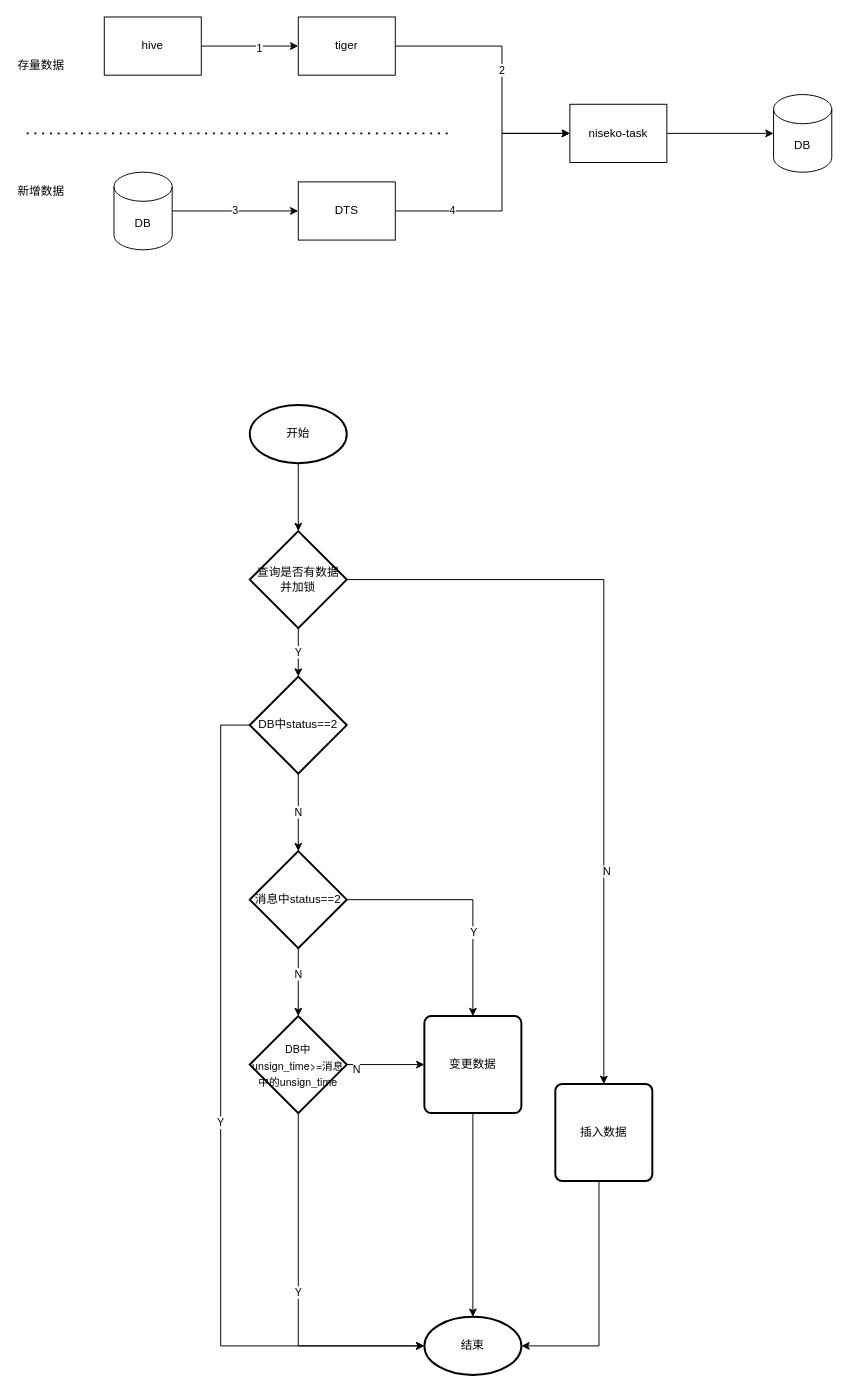
Above: page "数据采集" (4 of 7) of Untitled Diagram.drawio in Kang-Shawn/Kang-Shawn.github.io (draw.io), before the change. Source tidied: cells renumbered, new cells numbered last; positions are measured from the earlier drawing's top-left corner, leaving out a move shared by most shapes. Both pictures are drawn from the tidied source at 97%, with x=0, y=0 at pixel (16, 16).
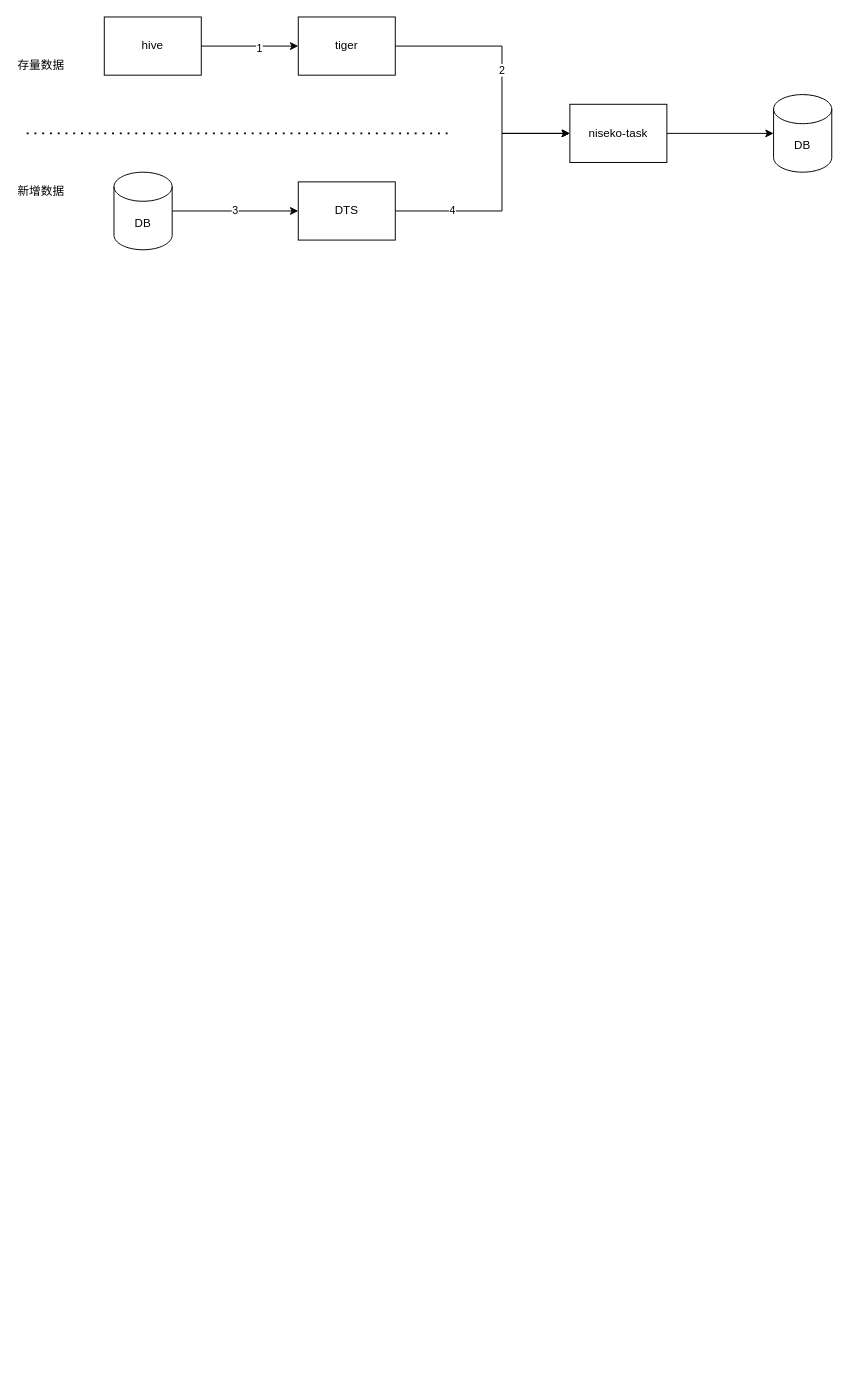
The same diagram, later.

Change to the diagram source:
```diff
@@
-    <mxCell id="18" style="edgeStyle=orthogonalEdgeStyle;rounded=0;jettySize=auto;html=1;entryX=0.5;entryY=0;entryDx=0;entryDy=0;entryPerimeter=0;" parent="1" edge="1" source="19" target="23">
-      <mxGeometry relative="1" as="geometry" />
-    </mxCell>
-    <mxCell id="19" value="开始" style="strokeWidth=2;html=1;shape=mxgraph.flowchart.start_1;whiteSpace=wrap;" parent="1" vertex="1">
-      <mxGeometry x="240" y="400" width="100" height="60" as="geometry" />
-    </mxCell>
-    <mxCell id="20" value="Y" style="edgeStyle=orthogonalEdgeStyle;rounded=0;jettySize=auto;html=1;entryX=0.5;entryY=0;entryDx=0;entryDy=0;entryPerimeter=0;" parent="1" edge="1" source="23" target="29">
-      <mxGeometry relative="1" as="geometry" />
-    </mxCell>
-    <mxCell id="21" style="edgeStyle=orthogonalEdgeStyle;rounded=0;jettySize=auto;html=1;" parent="1" edge="1" source="23" target="25">
-      <mxGeometry relative="1" as="geometry" />
-    </mxCell>
-    <mxCell id="22" value="N" style="edgeLabel;html=1;align=center;verticalAlign=middle;" parent="21" vertex="1">
-      <mxGeometry x="0.44" y="2" relative="1" as="geometry" />
-    </mxCell>
-    <mxCell id="23" value="查询是否有数据&lt;br&gt;并加锁" style="strokeWidth=2;html=1;shape=mxgraph.flowchart.decision;whiteSpace=wrap;" parent="1" vertex="1">
-      <mxGeometry x="240" y="530" width="100" height="100" as="geometry" />
-    </mxCell>
-    <mxCell id="24" style="edgeStyle=orthogonalEdgeStyle;rounded=0;jettySize=auto;html=1;entryX=1;entryY=0.5;entryDx=0;entryDy=0;entryPerimeter=0;" parent="1" edge="1" source="25" target="26">
-      <mxGeometry relative="1" as="geometry">
-        <Array as="points">
-          <mxPoint x="600" y="1370" />
-        </Array>
-      </mxGeometry>
-    </mxCell>
-    <mxCell id="25" value="插入数据" style="rounded=1;whiteSpace=wrap;html=1;absoluteArcSize=1;arcSize=14;strokeWidth=2;" parent="1" vertex="1">
-      <mxGeometry x="555" y="1100" width="100" height="100" as="geometry" />
-    </mxCell>
-    <mxCell id="26" value="结束" style="strokeWidth=2;html=1;shape=mxgraph.flowchart.start_1;whiteSpace=wrap;" parent="1" vertex="1">
-      <mxGeometry x="420" y="1340" width="100" height="60" as="geometry" />
-    </mxCell>
-    <mxCell id="27" value="Y" style="edgeStyle=orthogonalEdgeStyle;rounded=0;jettySize=auto;html=1;" parent="1" edge="1" source="29" target="26">
-      <mxGeometry relative="1" as="geometry">
-        <Array as="points">
-          <mxPoint x="210" y="730" />
-          <mxPoint x="210" y="1370" />
-        </Array>
-      </mxGeometry>
-    </mxCell>
-    <mxCell id="28" value="N" style="edgeStyle=orthogonalEdgeStyle;rounded=0;jettySize=auto;html=1;entryX=0.5;entryY=0;entryDx=0;entryDy=0;entryPerimeter=0;" parent="1" edge="1" source="29" target="34">
-      <mxGeometry relative="1" as="geometry" />
-    </mxCell>
-    <mxCell id="29" value="DB中status==2" style="strokeWidth=2;html=1;shape=mxgraph.flowchart.decision;whiteSpace=wrap;" parent="1" vertex="1">
-      <mxGeometry x="240" y="680" width="100" height="100" as="geometry" />
-    </mxCell>
-    <mxCell id="30" style="edgeStyle=orthogonalEdgeStyle;rounded=0;jettySize=auto;html=1;entryX=0.5;entryY=0;entryDx=0;entryDy=0;entryPerimeter=0;" parent="1" edge="1" source="34" target="38">
-      <mxGeometry relative="1" as="geometry" />
-    </mxCell>
-    <mxCell id="31" value="N" style="edgeLabel;html=1;align=center;verticalAlign=middle;" parent="30" vertex="1">
-      <mxGeometry x="-0.26" y="-1" relative="1" as="geometry" />
-    </mxCell>
-    <mxCell id="32" style="edgeStyle=orthogonalEdgeStyle;rounded=0;jettySize=auto;html=1;" parent="1" edge="1" source="34" target="40">
-      <mxGeometry relative="1" as="geometry" />
-    </mxCell>
-    <mxCell id="33" value="Y" style="edgeLabel;html=1;align=center;verticalAlign=middle;" parent="32" vertex="1">
-      <mxGeometry x="0.3" relative="1" as="geometry" />
-    </mxCell>
-    <mxCell id="34" value="消息中status==2" style="strokeWidth=2;html=1;shape=mxgraph.flowchart.decision;whiteSpace=wrap;" parent="1" vertex="1">
-      <mxGeometry x="240" y="860" width="100" height="100" as="geometry" />
-    </mxCell>
-    <mxCell id="35" style="edgeStyle=orthogonalEdgeStyle;rounded=0;jettySize=auto;html=1;entryX=0;entryY=0.5;entryDx=0;entryDy=0;" parent="1" edge="1" source="38" target="40">
-      <mxGeometry relative="1" as="geometry" />
-    </mxCell>
-    <mxCell id="36" value="N" style="edgeLabel;html=1;align=center;verticalAlign=middle;" parent="35" vertex="1">
-      <mxGeometry x="-0.78" y="-4" relative="1" as="geometry" />
-    </mxCell>
-    <mxCell id="37" value="Y" style="edgeStyle=orthogonalEdgeStyle;rounded=0;jettySize=auto;html=1;" parent="1" edge="1" source="38" target="26">
-      <mxGeometry relative="1" as="geometry">
-        <Array as="points">
-          <mxPoint x="290" y="1370" />
-        </Array>
-      </mxGeometry>
-    </mxCell>
-    <mxCell id="38" value="&lt;p class=&quot;p1&quot; style=&quot;margin: 0px ; font-stretch: normal ; line-height: normal ; font-family: &amp;#34;helvetica neue&amp;#34;&quot;&gt;&lt;font style=&quot;font-size: 11px&quot;&gt;DB中unsign_time&amp;gt;=&lt;span class=&quot;s1&quot; style=&quot;font-stretch: normal ; line-height: normal ; font-family: &amp;#34;pingfang sc&amp;#34;&quot;&gt;消息中的&lt;/span&gt;unsign_time&lt;/font&gt;&lt;/p&gt;" style="strokeWidth=2;html=1;shape=mxgraph.flowchart.decision;whiteSpace=wrap;" parent="1" vertex="1">
-      <mxGeometry x="240" y="1030" width="100" height="100" as="geometry" />
-    </mxCell>
-    <mxCell id="39" style="edgeStyle=orthogonalEdgeStyle;rounded=0;jettySize=auto;html=1;entryX=0.5;entryY=0;entryDx=0;entryDy=0;entryPerimeter=0;" parent="1" edge="1" source="40" target="26">
-      <mxGeometry relative="1" as="geometry" />
-    </mxCell>
-    <mxCell id="40" value="变更数据" style="rounded=1;whiteSpace=wrap;html=1;absoluteArcSize=1;arcSize=14;strokeWidth=2;" parent="1" vertex="1">
-      <mxGeometry x="420" y="1030" width="100" height="100" as="geometry" />
-    </mxCell>
```
